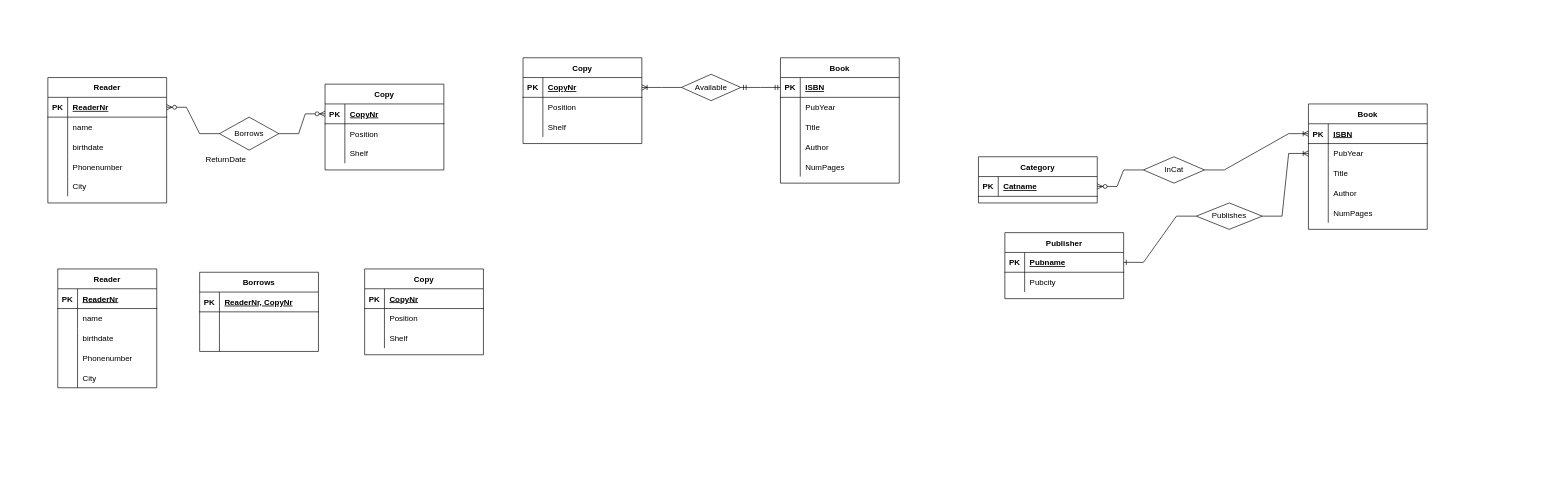
Before: folder/The First Assignment.drawio in Elshan777/draw.io-diagrams, a draw.io diagram. Source tidied: cells renumbered, new cells numbered last; positions are measured from the earlier drawing's top-left corner, leaving out a move shared by most shapes. Both pictures are drawn from the tidied source at 66%, with x=0, y=0 at pixel (48, 57).
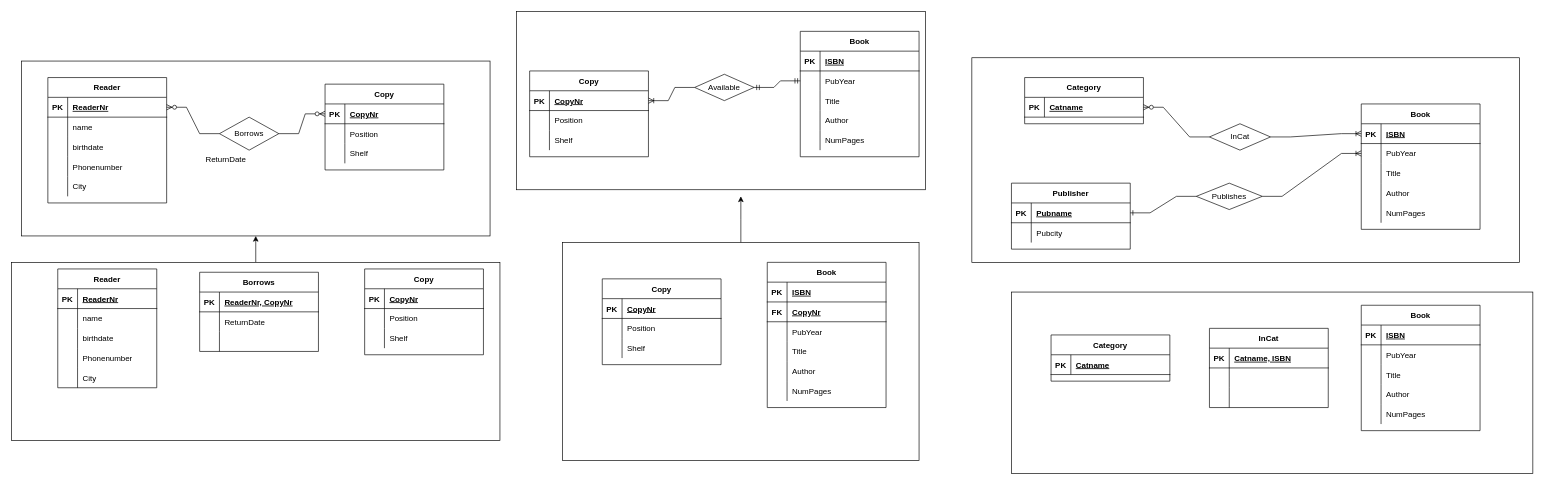
The same diagram, later.

Unchanged cells that the change refers to:
```xml
<mxCell id="29" style="shape=tableRow;horizontal=0;startSize=0;swimlaneHead=0;swimlaneBody=0;fillColor=none;points=[[0,0.5],[1,0.5]];portConstraint=eastwest;top=0;left=0;right=0;bottom=1;" parent="28" vertex="1">
  <mxGeometry y="30" width="180" height="30" as="geometry" />
</mxCell>
<mxCell id="32" style="shape=tableRow;horizontal=0;startSize=0;swimlaneHead=0;swimlaneBody=0;fillColor=none;points=[[0,0.5],[1,0.5]];portConstraint=eastwest;top=0;left=0;right=0;bottom=0;" parent="28" vertex="1">
  <mxGeometry y="60" width="180" height="30" as="geometry" />
</mxCell>
<mxCell id="107" style="shape=tableRow;horizontal=0;startSize=0;swimlaneHead=0;swimlaneBody=0;fillColor=none;top=0;left=0;right=0;bottom=0;" parent="103" vertex="1">
  <mxGeometry y="60" width="180" height="30" as="geometry" />
</mxCell>
```

Change to the diagram source:
```diff
@@
+    <mxCell id="130" style="edgeStyle=orthogonalEdgeStyle;rounded=0;jettySize=auto;html=1;" parent="1" edge="1" source="131">
+      <mxGeometry relative="1" as="geometry">
+        <mxPoint x="1050" y="210" as="targetPoint" />
+      </mxGeometry>
+    </mxCell>
+    <mxCell id="131" style="rounded=0;whiteSpace=wrap;html=1;" parent="1" vertex="1">
+      <mxGeometry x="780" y="280" width="540" height="330" as="geometry" />
+    </mxCell>
+    <mxCell id="132" style="rounded=0;whiteSpace=wrap;html=1;" parent="1" vertex="1">
+      <mxGeometry x="710" y="-70" width="620" height="270" as="geometry" />
+    </mxCell>
+    <mxCell id="133" style="edgeStyle=orthogonalEdgeStyle;rounded=0;jettySize=auto;html=1;" parent="1" edge="1" source="134" target="135">
+      <mxGeometry relative="1" as="geometry" />
+    </mxCell>
+    <mxCell id="134" style="rounded=0;whiteSpace=wrap;html=1;" parent="1" vertex="1">
+      <mxGeometry x="-55" y="310" width="740" height="270" as="geometry" />
+    </mxCell>
+    <mxCell id="135" style="rounded=0;whiteSpace=wrap;html=1;" parent="1" vertex="1">
+      <mxGeometry x="-40" y="5" width="710" height="265" as="geometry" />
+    </mxCell>
+    <mxCell id="136" style="rounded=0;whiteSpace=wrap;html=1;" parent="1" vertex="1">
+      <mxGeometry x="1400" width="830" height="310" as="geometry" />
+    </mxCell>
@@
     <mxCell id="28" value="Book" style="shape=table;startSize=30;childLayout=tableLayout;rowLines=0;fontStyle=1;align=center;" parent="1" vertex="1">
-      <mxGeometry x="1110" width="180" height="190" as="geometry" />
+      <mxGeometry x="1140" y="-40" width="180" height="190" as="geometry" />
     </mxCell>
@@
     <mxCell id="44" value="Category" style="shape=table;startSize=30;childLayout=tableLayout;rowLines=0;fontStyle=1;align=center;" parent="1" vertex="1">
-      <mxGeometry x="1410" y="150" width="180" height="70" as="geometry" />
+      <mxGeometry x="1480" y="30" width="180" height="70" as="geometry" />
     </mxCell>
@@
     <mxCell id="48" value="Publisher" style="shape=table;startSize=30;childLayout=tableLayout;rowLines=0;fontStyle=1;align=center;" parent="1" vertex="1">
-      <mxGeometry x="1450" y="265" width="180" height="100" as="geometry" />
+      <mxGeometry x="1460" y="190" width="180" height="100" as="geometry" />
     </mxCell>
@@
     <mxCell id="58" value="Available" style="shape=rhombus;perimeter=rhombusPerimeter;whiteSpace=wrap;html=1;align=center;" parent="1" vertex="1">
-      <mxGeometry x="960" y="25" width="90" height="40" as="geometry" />
+      <mxGeometry x="980" y="25" width="90" height="40" as="geometry" />
     </mxCell>
@@
-    <mxCell id="60" style="edgeStyle=entityRelationEdgeStyle;fontSize=12;html=1;endArrow=ERmandOne;startArrow=ERmandOne;rounded=0;exitX=1;exitY=0.5;exitDx=0;exitDy=0;" parent="1" edge="1" source="58" target="29">
+    <mxCell id="60" style="edgeStyle=entityRelationEdgeStyle;fontSize=12;html=1;endArrow=ERmandOne;startArrow=ERmandOne;rounded=0;exitX=1;exitY=0.5;exitDx=0;exitDy=0;entryX=0;entryY=0.5;entryDx=0;entryDy=0;" parent="1" edge="1" source="58" target="32">
       <mxGeometry relative="1" as="geometry" />
     </mxCell>
     <mxCell id="61" value="InCat" style="shape=rhombus;perimeter=rhombusPerimeter;whiteSpace=wrap;html=1;align=center;" parent="1" vertex="1">
-      <mxGeometry x="1660" y="150" width="92.5" height="40" as="geometry" />
+      <mxGeometry x="1760" y="100" width="92.5" height="40" as="geometry" />
     </mxCell>
@@
     <mxCell id="64" value="Publishes" style="shape=rhombus;perimeter=rhombusPerimeter;whiteSpace=wrap;html=1;align=center;" parent="1" vertex="1">
-      <mxGeometry x="1740" y="220" width="100" height="40" as="geometry" />
+      <mxGeometry x="1740" y="190" width="100" height="40" as="geometry" />
     </mxCell>
@@
     <mxCell id="83" value="Copy" style="shape=table;startSize=30;childLayout=tableLayout;rowLines=0;fontStyle=1;align=center;" parent="1" vertex="1">
-      <mxGeometry x="720" width="180" height="130" as="geometry" />
+      <mxGeometry x="730" y="20" width="180" height="130" as="geometry" />
     </mxCell>
@@
-    <mxCell id="109" style="shape=partialRectangle;fillColor=none;top=0;left=0;bottom=0;right=0;align=left;spacingLeft=6;overflow=hidden;" parent="107" vertex="1">
+    <mxCell id="109" value="ReturnDate" style="shape=partialRectangle;fillColor=none;top=0;left=0;bottom=0;right=0;align=left;spacingLeft=6;overflow=hidden;" parent="107" vertex="1">
       <mxGeometry x="30" width="150" height="30" as="geometry" />
     </mxCell>
@@
     <mxCell id="114" value="Book" style="shape=table;startSize=30;childLayout=tableLayout;rowLines=0;fontStyle=1;align=center;" parent="1" vertex="1">
-      <mxGeometry x="1910" y="70" width="180" height="190" as="geometry" />
+      <mxGeometry x="1990" y="70" width="180" height="190" as="geometry" />
     </mxCell>
@@
+    <mxCell id="137" value="Copy" style="shape=table;startSize=30;childLayout=tableLayout;rowLines=0;fontStyle=1;align=center;" parent="1" vertex="1">
+      <mxGeometry x="840" y="335" width="180" height="130" as="geometry" />
+    </mxCell>
+    <mxCell id="138" style="shape=tableRow;horizontal=0;startSize=0;swimlaneHead=0;swimlaneBody=0;fillColor=none;top=0;left=0;right=0;bottom=1;" parent="137" vertex="1">
+      <mxGeometry y="30" width="180" height="30" as="geometry" />
+    </mxCell>
+    <mxCell id="139" value="PK" style="shape=partialRectangle;fillColor=none;top=0;left=0;bottom=0;right=0;fontStyle=1;overflow=hidden;" parent="138" vertex="1">
+      <mxGeometry width="30" height="30" as="geometry" />
+    </mxCell>
+    <mxCell id="140" value="CopyNr" style="shape=partialRectangle;fillColor=none;top=0;left=0;bottom=0;right=0;align=left;spacingLeft=6;fontStyle=5;overflow=hidden;" parent="138" vertex="1">
+      <mxGeometry x="30" width="150" height="30" as="geometry" />
+    </mxCell>
+    <mxCell id="141" style="shape=tableRow;horizontal=0;startSize=0;swimlaneHead=0;swimlaneBody=0;fillColor=none;top=0;left=0;right=0;bottom=0;" parent="137" vertex="1">
+      <mxGeometry y="60" width="180" height="30" as="geometry" />
+    </mxCell>
+    <mxCell id="142" style="shape=partialRectangle;fillColor=none;top=0;left=0;bottom=0;right=0;overflow=hidden;" parent="141" vertex="1">
+      <mxGeometry width="30" height="30" as="geometry" />
+    </mxCell>
+    <mxCell id="143" value="Position" style="shape=partialRectangle;fillColor=none;top=0;left=0;bottom=0;right=0;align=left;spacingLeft=6;overflow=hidden;" parent="141" vertex="1">
+      <mxGeometry x="30" width="150" height="30" as="geometry" />
+    </mxCell>
+    <mxCell id="144" style="shape=tableRow;horizontal=0;startSize=0;swimlaneHead=0;swimlaneBody=0;fillColor=none;top=0;left=0;right=0;bottom=0;" parent="137" vertex="1">
+      <mxGeometry y="90" width="180" height="30" as="geometry" />
+    </mxCell>
+    <mxCell id="145" style="shape=partialRectangle;fillColor=none;top=0;left=0;bottom=0;right=0;overflow=hidden;" parent="144" vertex="1">
+      <mxGeometry width="30" height="30" as="geometry" />
+    </mxCell>
+    <mxCell id="146" value="Shelf" style="shape=partialRectangle;fillColor=none;top=0;left=0;bottom=0;right=0;align=left;spacingLeft=6;overflow=hidden;" parent="144" vertex="1">
+      <mxGeometry x="30" width="150" height="30" as="geometry" />
+    </mxCell>
+    <mxCell id="147" style="rounded=0;whiteSpace=wrap;html=1;" parent="1" vertex="1">
+      <mxGeometry x="1460" y="355" width="790" height="275" as="geometry" />
+    </mxCell>
+    <mxCell id="148" value="Book" style="shape=table;startSize=30;childLayout=tableLayout;rowLines=0;fontStyle=1;align=center;" parent="1" vertex="1">
+      <mxGeometry x="1090" y="310" width="180" height="220" as="geometry" />
+    </mxCell>
+    <mxCell id="149" style="shape=tableRow;horizontal=0;startSize=0;swimlaneHead=0;swimlaneBody=0;fillColor=none;top=0;left=0;right=0;bottom=1;" parent="148" vertex="1">
+      <mxGeometry y="30" width="180" height="30" as="geometry" />
+    </mxCell>
+    <mxCell id="150" value="PK" style="shape=partialRectangle;fillColor=none;top=0;left=0;bottom=0;right=0;fontStyle=1;overflow=hidden;" parent="149" vertex="1">
+      <mxGeometry width="30" height="30" as="geometry" />
+    </mxCell>
+    <mxCell id="151" value="ISBN" style="shape=partialRectangle;fillColor=none;top=0;left=0;bottom=0;right=0;align=left;spacingLeft=6;fontStyle=5;overflow=hidden;" parent="149" vertex="1">
+      <mxGeometry x="30" width="150" height="30" as="geometry" />
+    </mxCell>
+    <mxCell id="152" style="shape=tableRow;horizontal=0;startSize=0;swimlaneHead=0;swimlaneBody=0;fillColor=none;top=0;left=0;right=0;bottom=1;" parent="148" vertex="1">
+      <mxGeometry y="60" width="180" height="30" as="geometry" />
+    </mxCell>
+    <mxCell id="153" value="FK" style="shape=partialRectangle;fillColor=none;top=0;left=0;bottom=0;right=0;fontStyle=1;overflow=hidden;" parent="152" vertex="1">
+      <mxGeometry width="30" height="30" as="geometry" />
+    </mxCell>
+    <mxCell id="154" value="CopyNr" style="shape=partialRectangle;fillColor=none;top=0;left=0;bottom=0;right=0;align=left;spacingLeft=6;fontStyle=5;overflow=hidden;" parent="152" vertex="1">
+      <mxGeometry x="30" width="150" height="30" as="geometry" />
+    </mxCell>
+    <mxCell id="155" style="shape=tableRow;horizontal=0;startSize=0;swimlaneHead=0;swimlaneBody=0;fillColor=none;top=0;left=0;right=0;bottom=0;" parent="148" vertex="1">
+      <mxGeometry y="90" width="180" height="30" as="geometry" />
+    </mxCell>
+    <mxCell id="156" style="shape=partialRectangle;fillColor=none;top=0;left=0;bottom=0;right=0;overflow=hidden;" parent="155" vertex="1">
+      <mxGeometry width="30" height="30" as="geometry" />
+    </mxCell>
+    <mxCell id="157" value="PubYear" style="shape=partialRectangle;fillColor=none;top=0;left=0;bottom=0;right=0;align=left;spacingLeft=6;overflow=hidden;" parent="155" vertex="1">
+      <mxGeometry x="30" width="150" height="30" as="geometry" />
+    </mxCell>
+    <mxCell id="158" style="shape=tableRow;horizontal=0;startSize=0;swimlaneHead=0;swimlaneBody=0;fillColor=none;top=0;left=0;right=0;bottom=0;" parent="148" vertex="1">
+      <mxGeometry y="120" width="180" height="30" as="geometry" />
+    </mxCell>
+    <mxCell id="159" style="shape=partialRectangle;fillColor=none;top=0;left=0;bottom=0;right=0;overflow=hidden;" parent="158" vertex="1">
+      <mxGeometry width="30" height="30" as="geometry" />
+    </mxCell>
+    <mxCell id="160" value="Title" style="shape=partialRectangle;fillColor=none;top=0;left=0;bottom=0;right=0;align=left;spacingLeft=6;overflow=hidden;" parent="158" vertex="1">
+      <mxGeometry x="30" width="150" height="30" as="geometry" />
+    </mxCell>
+    <mxCell id="161" style="shape=tableRow;horizontal=0;startSize=0;swimlaneHead=0;swimlaneBody=0;fillColor=none;top=0;left=0;right=0;bottom=0;" parent="148" vertex="1">
+      <mxGeometry y="150" width="180" height="30" as="geometry" />
+    </mxCell>
+    <mxCell id="162" style="shape=partialRectangle;fillColor=none;top=0;left=0;bottom=0;right=0;overflow=hidden;" parent="161" vertex="1">
+      <mxGeometry width="30" height="30" as="geometry" />
+    </mxCell>
+    <mxCell id="163" value="Author" style="shape=partialRectangle;fillColor=none;top=0;left=0;bottom=0;right=0;align=left;spacingLeft=6;overflow=hidden;" parent="161" vertex="1">
+      <mxGeometry x="30" width="150" height="30" as="geometry" />
+    </mxCell>
+    <mxCell id="164" style="shape=tableRow;horizontal=0;startSize=0;swimlaneHead=0;swimlaneBody=0;fillColor=none;top=0;left=0;right=0;bottom=0;" parent="148" vertex="1">
+      <mxGeometry y="180" width="180" height="30" as="geometry" />
+    </mxCell>
+    <mxCell id="165" style="shape=partialRectangle;fillColor=none;top=0;left=0;bottom=0;right=0;overflow=hidden;" parent="164" vertex="1">
+      <mxGeometry width="30" height="30" as="geometry" />
+    </mxCell>
+    <mxCell id="166" value="NumPages" style="shape=partialRectangle;fillColor=none;top=0;left=0;bottom=0;right=0;align=left;spacingLeft=6;overflow=hidden;" parent="164" vertex="1">
+      <mxGeometry x="30" width="150" height="30" as="geometry" />
+    </mxCell>
+    <mxCell id="167" value="Category" style="shape=table;startSize=30;childLayout=tableLayout;rowLines=0;fontStyle=1;align=center;" parent="1" vertex="1">
+      <mxGeometry x="1520" y="420" width="180" height="70" as="geometry" />
+    </mxCell>
+    <mxCell id="168" style="shape=tableRow;horizontal=0;startSize=0;swimlaneHead=0;swimlaneBody=0;fillColor=none;top=0;left=0;right=0;bottom=1;" parent="167" vertex="1">
+      <mxGeometry y="30" width="180" height="30" as="geometry" />
+    </mxCell>
+    <mxCell id="169" value="PK" style="shape=partialRectangle;fillColor=none;top=0;left=0;bottom=0;right=0;fontStyle=1;overflow=hidden;" parent="168" vertex="1">
+      <mxGeometry width="30" height="30" as="geometry" />
+    </mxCell>
+    <mxCell id="170" value="Catname" style="shape=partialRectangle;fillColor=none;top=0;left=0;bottom=0;right=0;align=left;spacingLeft=6;fontStyle=5;overflow=hidden;" parent="168" vertex="1">
+      <mxGeometry x="30" width="150" height="30" as="geometry" />
+    </mxCell>
+    <mxCell id="171" value="Book" style="shape=table;startSize=30;childLayout=tableLayout;rowLines=0;fontStyle=1;align=center;" parent="1" vertex="1">
+      <mxGeometry x="1990" y="375" width="180" height="190" as="geometry" />
+    </mxCell>
+    <mxCell id="172" style="shape=tableRow;horizontal=0;startSize=0;swimlaneHead=0;swimlaneBody=0;fillColor=none;top=0;left=0;right=0;bottom=1;" parent="171" vertex="1">
+      <mxGeometry y="30" width="180" height="30" as="geometry" />
+    </mxCell>
+    <mxCell id="173" value="PK" style="shape=partialRectangle;fillColor=none;top=0;left=0;bottom=0;right=0;fontStyle=1;overflow=hidden;" parent="172" vertex="1">
+      <mxGeometry width="30" height="30" as="geometry" />
+    </mxCell>
+    <mxCell id="174" value="ISBN" style="shape=partialRectangle;fillColor=none;top=0;left=0;bottom=0;right=0;align=left;spacingLeft=6;fontStyle=5;overflow=hidden;" parent="172" vertex="1">
+      <mxGeometry x="30" width="150" height="30" as="geometry" />
+    </mxCell>
+    <mxCell id="175" style="shape=tableRow;horizontal=0;startSize=0;swimlaneHead=0;swimlaneBody=0;fillColor=none;top=0;left=0;right=0;bottom=0;" parent="171" vertex="1">
+      <mxGeometry y="60" width="180" height="30" as="geometry" />
+    </mxCell>
+    <mxCell id="176" style="shape=partialRectangle;fillColor=none;top=0;left=0;bottom=0;right=0;overflow=hidden;" parent="175" vertex="1">
+      <mxGeometry width="30" height="30" as="geometry" />
+    </mxCell>
+    <mxCell id="177" value="PubYear" style="shape=partialRectangle;fillColor=none;top=0;left=0;bottom=0;right=0;align=left;spacingLeft=6;overflow=hidden;" parent="175" vertex="1">
+      <mxGeometry x="30" width="150" height="30" as="geometry" />
+    </mxCell>
+    <mxCell id="178" style="shape=tableRow;horizontal=0;startSize=0;swimlaneHead=0;swimlaneBody=0;fillColor=none;top=0;left=0;right=0;bottom=0;" parent="171" vertex="1">
+      <mxGeometry y="90" width="180" height="30" as="geometry" />
+    </mxCell>
+    <mxCell id="179" style="shape=partialRectangle;fillColor=none;top=0;left=0;bottom=0;right=0;overflow=hidden;" parent="178" vertex="1">
+      <mxGeometry width="30" height="30" as="geometry" />
+    </mxCell>
+    <mxCell id="180" value="Title" style="shape=partialRectangle;fillColor=none;top=0;left=0;bottom=0;right=0;align=left;spacingLeft=6;overflow=hidden;" parent="178" vertex="1">
+      <mxGeometry x="30" width="150" height="30" as="geometry" />
+    </mxCell>
+    <mxCell id="181" style="shape=tableRow;horizontal=0;startSize=0;swimlaneHead=0;swimlaneBody=0;fillColor=none;top=0;left=0;right=0;bottom=0;" parent="171" vertex="1">
+      <mxGeometry y="120" width="180" height="30" as="geometry" />
+    </mxCell>
+    <mxCell id="182" style="shape=partialRectangle;fillColor=none;top=0;left=0;bottom=0;right=0;overflow=hidden;" parent="181" vertex="1">
+      <mxGeometry width="30" height="30" as="geometry" />
+    </mxCell>
+    <mxCell id="183" value="Author" style="shape=partialRectangle;fillColor=none;top=0;left=0;bottom=0;right=0;align=left;spacingLeft=6;overflow=hidden;" parent="181" vertex="1">
+      <mxGeometry x="30" width="150" height="30" as="geometry" />
+    </mxCell>
+    <mxCell id="184" style="shape=tableRow;horizontal=0;startSize=0;swimlaneHead=0;swimlaneBody=0;fillColor=none;top=0;left=0;right=0;bottom=0;" parent="171" vertex="1">
+      <mxGeometry y="150" width="180" height="30" as="geometry" />
+    </mxCell>
+    <mxCell id="185" style="shape=partialRectangle;fillColor=none;top=0;left=0;bottom=0;right=0;overflow=hidden;" parent="184" vertex="1">
+      <mxGeometry width="30" height="30" as="geometry" />
+    </mxCell>
+    <mxCell id="186" value="NumPages" style="shape=partialRectangle;fillColor=none;top=0;left=0;bottom=0;right=0;align=left;spacingLeft=6;overflow=hidden;" parent="184" vertex="1">
+      <mxGeometry x="30" width="150" height="30" as="geometry" />
+    </mxCell>
+    <mxCell id="187" value="InCat" style="shape=table;startSize=30;childLayout=tableLayout;rowLines=0;fontStyle=1;align=center;" parent="1" vertex="1">
+      <mxGeometry x="1760" y="410" width="180" height="120" as="geometry" />
+    </mxCell>
+    <mxCell id="188" style="shape=tableRow;horizontal=0;startSize=0;swimlaneHead=0;swimlaneBody=0;fillColor=none;top=0;left=0;right=0;bottom=1;" parent="187" vertex="1">
+      <mxGeometry y="30" width="180" height="30" as="geometry" />
+    </mxCell>
+    <mxCell id="189" value="PK" style="shape=partialRectangle;fillColor=none;top=0;left=0;bottom=0;right=0;fontStyle=1;overflow=hidden;" parent="188" vertex="1">
+      <mxGeometry width="30" height="30" as="geometry" />
+    </mxCell>
+    <mxCell id="190" value="Catname, ISBN" style="shape=partialRectangle;fillColor=none;top=0;left=0;bottom=0;right=0;align=left;spacingLeft=6;fontStyle=5;overflow=hidden;" parent="188" vertex="1">
+      <mxGeometry x="30" width="150" height="30" as="geometry" />
+    </mxCell>
+    <mxCell id="191" style="shape=tableRow;horizontal=0;startSize=0;swimlaneHead=0;swimlaneBody=0;fillColor=none;top=0;left=0;right=0;bottom=0;" parent="187" vertex="1">
+      <mxGeometry y="60" width="180" height="30" as="geometry" />
+    </mxCell>
+    <mxCell id="192" style="shape=partialRectangle;fillColor=none;top=0;left=0;bottom=0;right=0;overflow=hidden;" parent="191" vertex="1">
+      <mxGeometry width="30" height="30" as="geometry" />
+    </mxCell>
+    <mxCell id="193" style="shape=partialRectangle;fillColor=none;top=0;left=0;bottom=0;right=0;align=left;spacingLeft=6;overflow=hidden;" parent="191" vertex="1">
+      <mxGeometry x="30" width="150" height="30" as="geometry" />
+    </mxCell>
+    <mxCell id="194" style="shape=tableRow;horizontal=0;startSize=0;swimlaneHead=0;swimlaneBody=0;fillColor=none;top=0;left=0;right=0;bottom=0;" parent="187" vertex="1">
+      <mxGeometry y="90" width="180" height="30" as="geometry" />
+    </mxCell>
+    <mxCell id="195" style="shape=partialRectangle;fillColor=none;top=0;left=0;bottom=0;right=0;overflow=hidden;" parent="194" vertex="1">
+      <mxGeometry width="30" height="30" as="geometry" />
+    </mxCell>
+    <mxCell id="196" style="shape=partialRectangle;fillColor=none;top=0;left=0;bottom=0;right=0;align=left;spacingLeft=6;overflow=hidden;" parent="194" vertex="1">
+      <mxGeometry x="30" width="150" height="30" as="geometry" />
+    </mxCell>
```
